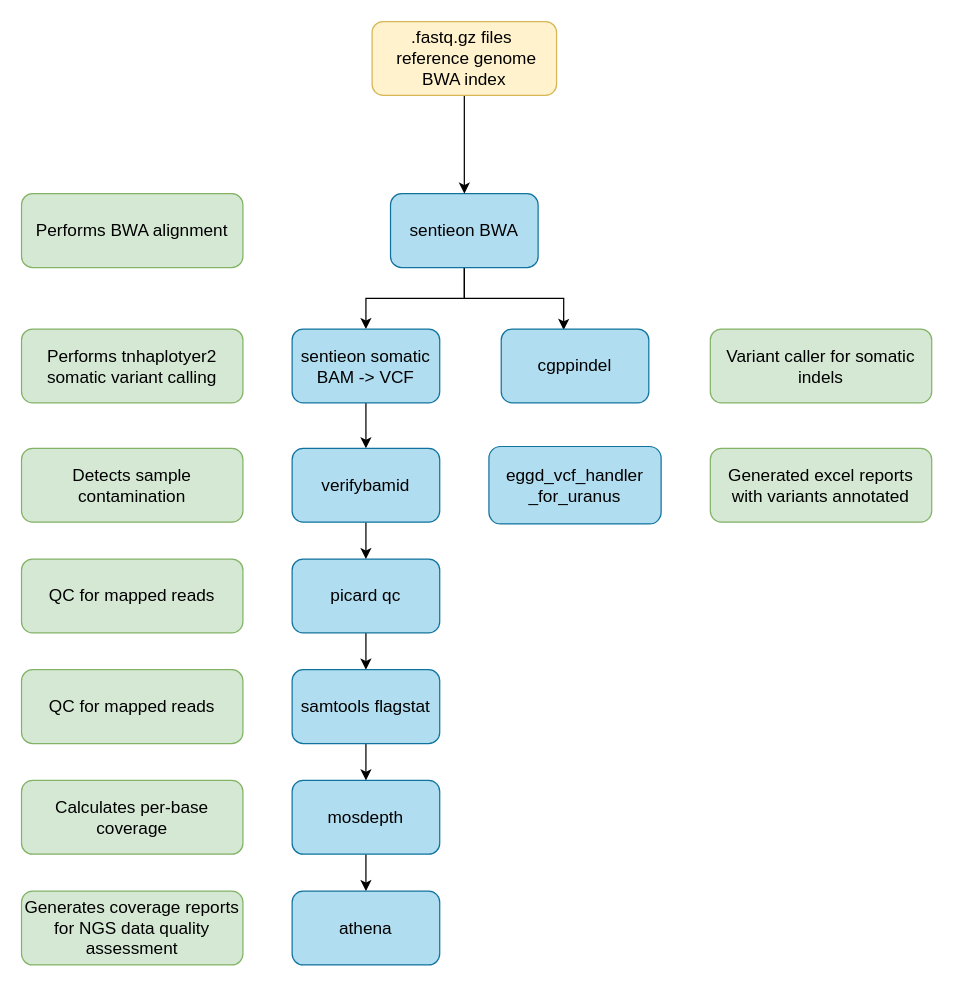
Above: images/workflow.drawio in eastgenomics/eggd_uranus_main_workflow (draw.io), before the change. Source tidied: cells renumbered, new cells numbered last; positions are measured from the earlier drawing's top-left corner, leaving out a move shared by most shapes. Both pictures are drawn from the tidied source at 123%, with x=0, y=0 at pixel (21, 21).
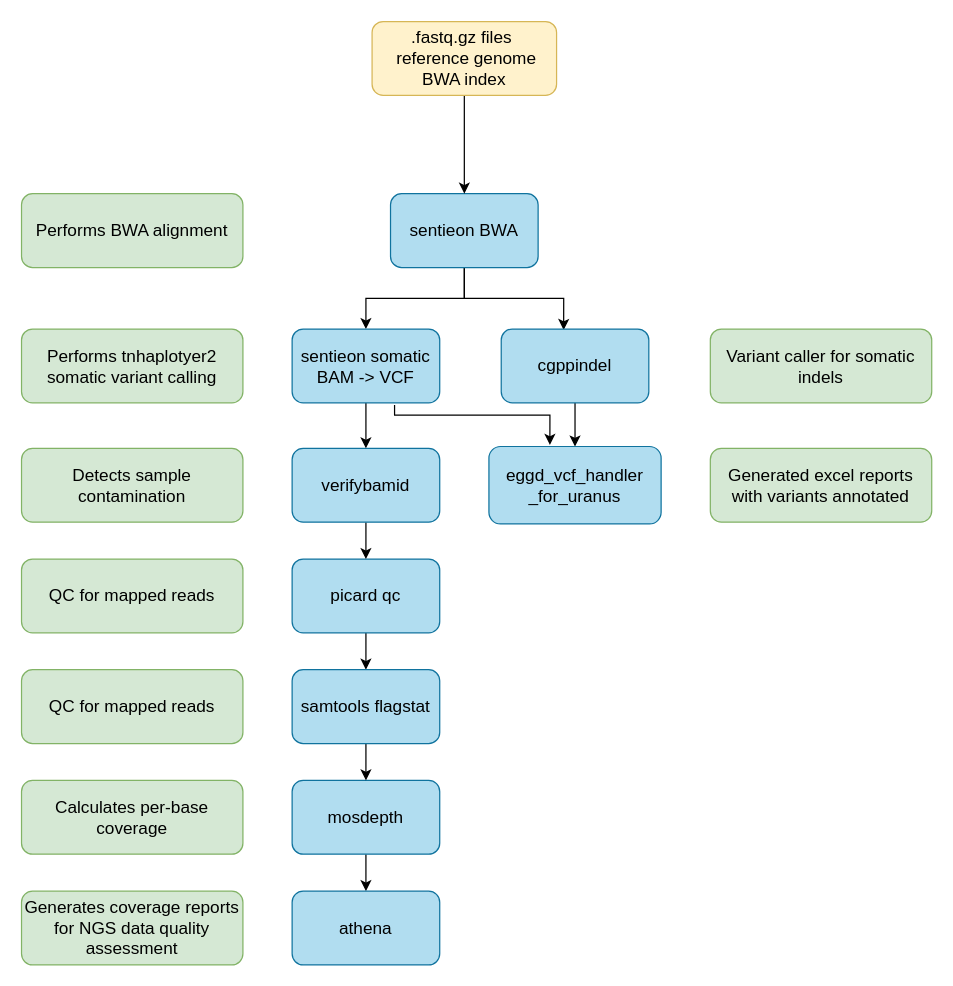
Above is the later version.

Commit message (it also covers changes not shown here):
fix arrow inputs

Unchanged cells that the change refers to:
```xml
<mxCell id="10" value="&lt;font color=&quot;#000000&quot; style=&quot;font-size: 14px;&quot;&gt;sentieon somatic BAM -&amp;gt; VCF&lt;/font&gt;" style="rounded=1;whiteSpace=wrap;html=1;fillColor=#b1ddf0;strokeColor=#10739e;fontSize=14;" parent="1" vertex="1">
  <mxGeometry x="220" y="250" width="120" height="60" as="geometry" />
</mxCell>
<mxCell id="26" value="&lt;font color=&quot;#000000&quot; style=&quot;font-size: 14px&quot;&gt;cgppindel&lt;/font&gt;" style="rounded=1;whiteSpace=wrap;html=1;fillColor=#b1ddf0;strokeColor=#10739e;fontSize=14;" parent="1" vertex="1">
  <mxGeometry x="390" y="250" width="120" height="60" as="geometry" />
</mxCell>
<mxCell id="27" value="eggd_vcf_handler&lt;br&gt;_for_uranus" style="rounded=1;whiteSpace=wrap;html=1;fillColor=#b1ddf0;strokeColor=#10739e;fontSize=14;" parent="1" vertex="1">
  <mxGeometry x="380" y="345.5" width="140" height="63" as="geometry" />
</mxCell>
```

Diff of the diagram source:
```diff
@@
+    <mxCell id="29" style="edgeStyle=orthogonalEdgeStyle;rounded=0;jettySize=auto;html=1;entryX=0.354;entryY=-0.02;entryDx=0;entryDy=0;entryPerimeter=0;exitX=0.694;exitY=1.029;exitDx=0;exitDy=0;exitPerimeter=0;" parent="1" edge="1" source="10" target="27">
+      <mxGeometry relative="1" as="geometry">
+        <Array as="points">
+          <mxPoint x="303" y="320" />
+          <mxPoint x="430" y="320" />
+        </Array>
+      </mxGeometry>
+    </mxCell>
@@
+    <mxCell id="30" style="edgeStyle=orthogonalEdgeStyle;rounded=0;jettySize=auto;html=1;entryX=0.5;entryY=0;entryDx=0;entryDy=0;" parent="1" edge="1" source="26" target="27">
+      <mxGeometry relative="1" as="geometry" />
+    </mxCell>
```
